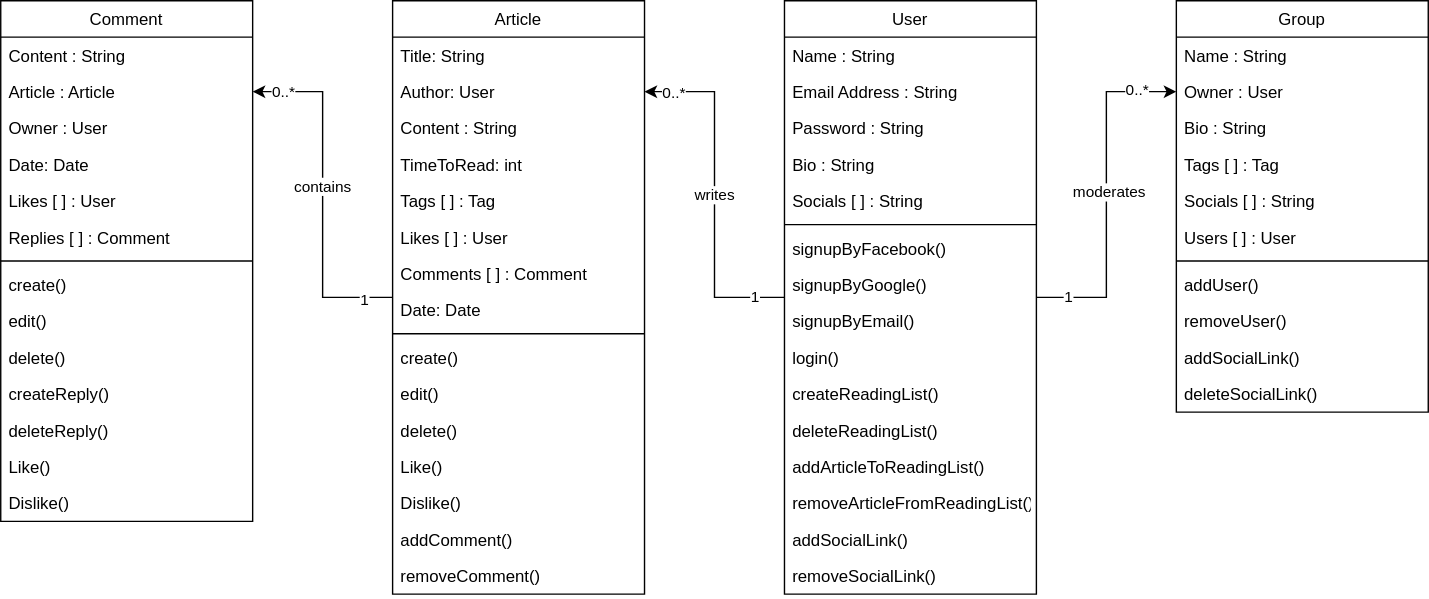
This is Class Diagram.svg from AhmadTripleA/MediumDotCom-Clone, a draw.io export, as it was before one commit. Source tidied: cells renumbered, new cells last; positions are measured from the earlier drawing's top-left corner, leaving out a move shared by most shapes.
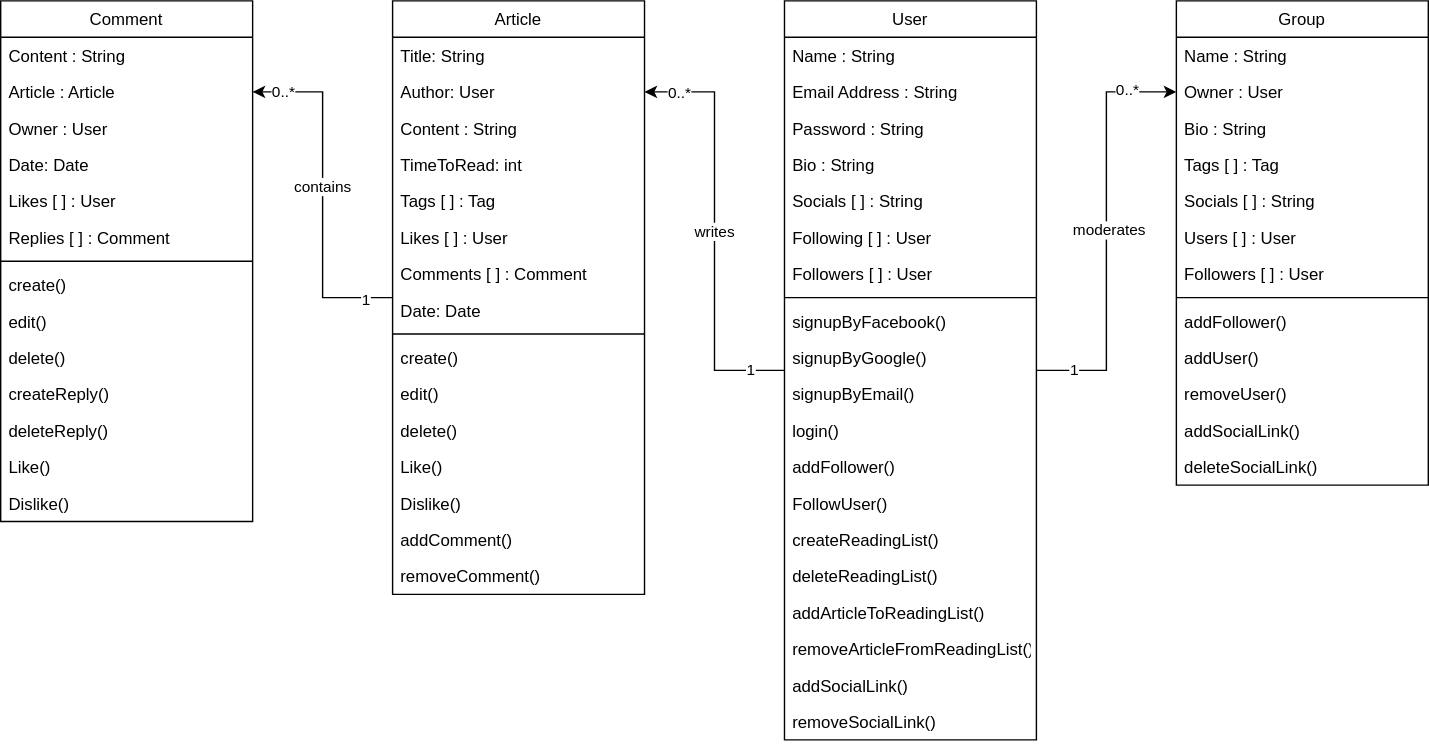
The same file after the commit.

Change to the diagram source:
```diff
@@ -35,7 +35,7 @@
       <mxGeometry relative="1" as="geometry" />
     </mxCell>
     <mxCell id="10" value="User" style="swimlane;fontStyle=0;align=center;verticalAlign=top;horizontal=1;startSize=26;rounded=0;shadow=0;strokeWidth=1;" parent="1" vertex="1">
-      <mxGeometry x="560" width="180" height="424" as="geometry" />
+      <mxGeometry x="560" width="180" height="528" as="geometry" />
     </mxCell>
     <mxCell id="11" value="Name : String" style="text;align=left;verticalAlign=top;spacingLeft=4;spacingRight=4;overflow=hidden;" parent="10" vertex="1">
       <mxGeometry y="26" width="180" height="26" as="geometry" />
@@ -52,41 +52,53 @@
     <mxCell id="15" value="Socials [ ] : String" style="text;align=left;verticalAlign=top;spacingLeft=4;spacingRight=4;overflow=hidden;rounded=0;shadow=0;html=0;" parent="10" vertex="1">
       <mxGeometry y="130" width="180" height="26" as="geometry" />
     </mxCell>
+    <mxCell id="75" value="Following [ ] : User" style="text;align=left;verticalAlign=top;spacingLeft=4;spacingRight=4;overflow=hidden;rounded=0;shadow=0;html=0;" parent="10" vertex="1">
+      <mxGeometry y="156" width="180" height="26" as="geometry" />
+    </mxCell>
+    <mxCell id="76" value="Followers [ ] : User" style="text;align=left;verticalAlign=top;spacingLeft=4;spacingRight=4;overflow=hidden;rounded=0;shadow=0;html=0;" parent="10" vertex="1">
+      <mxGeometry y="182" width="180" height="26" as="geometry" />
+    </mxCell>
     <mxCell id="16" style="line;html=1;strokeWidth=1;align=left;verticalAlign=middle;spacingTop=-1;spacingLeft=3;spacingRight=3;labelPosition=right;" parent="10" vertex="1">
-      <mxGeometry y="156" width="180" height="8" as="geometry" />
+      <mxGeometry y="208" width="180" height="8" as="geometry" />
     </mxCell>
     <mxCell id="17" value="signupByFacebook()" style="text;align=left;verticalAlign=top;spacingLeft=4;spacingRight=4;overflow=hidden;" parent="10" vertex="1">
-      <mxGeometry y="164" width="180" height="26" as="geometry" />
+      <mxGeometry y="216" width="180" height="26" as="geometry" />
     </mxCell>
     <mxCell id="18" value="signupByGoogle()" style="text;align=left;verticalAlign=top;spacingLeft=4;spacingRight=4;overflow=hidden;" parent="10" vertex="1">
-      <mxGeometry y="190" width="180" height="26" as="geometry" />
+      <mxGeometry y="242" width="180" height="26" as="geometry" />
     </mxCell>
     <mxCell id="19" value="signupByEmail()" style="text;align=left;verticalAlign=top;spacingLeft=4;spacingRight=4;overflow=hidden;" parent="10" vertex="1">
-      <mxGeometry y="216" width="180" height="26" as="geometry" />
+      <mxGeometry y="268" width="180" height="26" as="geometry" />
     </mxCell>
     <mxCell id="20" value="login()" style="text;align=left;verticalAlign=top;spacingLeft=4;spacingRight=4;overflow=hidden;" parent="10" vertex="1">
-      <mxGeometry y="242" width="180" height="26" as="geometry" />
+      <mxGeometry y="294" width="180" height="26" as="geometry" />
     </mxCell>
+    <mxCell id="77" value="addFollower()" style="text;align=left;verticalAlign=top;spacingLeft=4;spacingRight=4;overflow=hidden;" parent="10" vertex="1">
+      <mxGeometry y="320" width="180" height="26" as="geometry" />
+    </mxCell>
+    <mxCell id="78" value="FollowUser()" style="text;align=left;verticalAlign=top;spacingLeft=4;spacingRight=4;overflow=hidden;" parent="10" vertex="1">
+      <mxGeometry y="346" width="180" height="26" as="geometry" />
+    </mxCell>
     <mxCell id="21" value="createReadingList()" style="text;align=left;verticalAlign=top;spacingLeft=4;spacingRight=4;overflow=hidden;" parent="10" vertex="1">
-      <mxGeometry y="268" width="180" height="26" as="geometry" />
+      <mxGeometry y="372" width="180" height="26" as="geometry" />
     </mxCell>
     <mxCell id="22" value="deleteReadingList()" style="text;align=left;verticalAlign=top;spacingLeft=4;spacingRight=4;overflow=hidden;" parent="10" vertex="1">
-      <mxGeometry y="294" width="180" height="26" as="geometry" />
+      <mxGeometry y="398" width="180" height="26" as="geometry" />
     </mxCell>
     <mxCell id="23" value="addArticleToReadingList()" style="text;align=left;verticalAlign=top;spacingLeft=4;spacingRight=4;overflow=hidden;" parent="10" vertex="1">
-      <mxGeometry y="320" width="180" height="26" as="geometry" />
+      <mxGeometry y="424" width="180" height="26" as="geometry" />
     </mxCell>
     <mxCell id="24" value="removeArticleFromReadingList()" style="text;align=left;verticalAlign=top;spacingLeft=4;spacingRight=4;overflow=hidden;" parent="10" vertex="1">
-      <mxGeometry y="346" width="180" height="26" as="geometry" />
+      <mxGeometry y="450" width="180" height="26" as="geometry" />
     </mxCell>
     <mxCell id="25" value="addSocialLink()" style="text;align=left;verticalAlign=top;spacingLeft=4;spacingRight=4;overflow=hidden;" parent="10" vertex="1">
-      <mxGeometry y="372" width="180" height="26" as="geometry" />
+      <mxGeometry y="476" width="180" height="26" as="geometry" />
     </mxCell>
     <mxCell id="26" value="removeSocialLink()" style="text;align=left;verticalAlign=top;spacingLeft=4;spacingRight=4;overflow=hidden;" parent="10" vertex="1">
-      <mxGeometry y="398" width="180" height="26" as="geometry" />
+      <mxGeometry y="502" width="180" height="26" as="geometry" />
     </mxCell>
     <mxCell id="27" value="Group" style="swimlane;fontStyle=0;align=center;verticalAlign=top;horizontal=1;startSize=26;rounded=0;shadow=0;strokeWidth=1;" parent="1" vertex="1">
-      <mxGeometry x="840" width="180" height="294" as="geometry" />
+      <mxGeometry x="840" width="180" height="346" as="geometry" />
     </mxCell>
     <mxCell id="28" value="Name : String" style="text;align=left;verticalAlign=top;spacingLeft=4;spacingRight=4;overflow=hidden;" parent="27" vertex="1">
       <mxGeometry y="26" width="180" height="26" as="geometry" />
@@ -106,20 +118,26 @@
     <mxCell id="33" value="Users [ ] : User" style="text;align=left;verticalAlign=top;spacingLeft=4;spacingRight=4;overflow=hidden;rounded=0;shadow=0;html=0;" parent="27" vertex="1">
       <mxGeometry y="156" width="180" height="26" as="geometry" />
     </mxCell>
+    <mxCell id="79" value="Followers [ ] : User" style="text;align=left;verticalAlign=top;spacingLeft=4;spacingRight=4;overflow=hidden;rounded=0;shadow=0;html=0;" parent="27" vertex="1">
+      <mxGeometry y="182" width="180" height="26" as="geometry" />
+    </mxCell>
     <mxCell id="34" style="line;html=1;strokeWidth=1;align=left;verticalAlign=middle;spacingTop=-1;spacingLeft=3;spacingRight=3;labelPosition=right;" parent="27" vertex="1">
-      <mxGeometry y="182" width="180" height="8" as="geometry" />
+      <mxGeometry y="208" width="180" height="8" as="geometry" />
     </mxCell>
+    <mxCell id="80" value="addFollower()" style="text;align=left;verticalAlign=top;spacingLeft=4;spacingRight=4;overflow=hidden;" parent="27" vertex="1">
+      <mxGeometry y="216" width="180" height="26" as="geometry" />
+    </mxCell>
     <mxCell id="35" value="addUser()" style="text;align=left;verticalAlign=top;spacingLeft=4;spacingRight=4;overflow=hidden;" parent="27" vertex="1">
-      <mxGeometry y="190" width="180" height="26" as="geometry" />
+      <mxGeometry y="242" width="180" height="26" as="geometry" />
     </mxCell>
     <mxCell id="36" value="removeUser()" style="text;align=left;verticalAlign=top;spacingLeft=4;spacingRight=4;overflow=hidden;" parent="27" vertex="1">
-      <mxGeometry y="216" width="180" height="26" as="geometry" />
+      <mxGeometry y="268" width="180" height="26" as="geometry" />
     </mxCell>
     <mxCell id="37" value="addSocialLink()" style="text;align=left;verticalAlign=top;spacingLeft=4;spacingRight=4;overflow=hidden;" parent="27" vertex="1">
-      <mxGeometry y="242" width="180" height="26" as="geometry" />
+      <mxGeometry y="294" width="180" height="26" as="geometry" />
     </mxCell>
     <mxCell id="38" value="deleteSocialLink()" style="text;align=left;verticalAlign=top;spacingLeft=4;spacingRight=4;overflow=hidden;" parent="27" vertex="1">
-      <mxGeometry y="268" width="180" height="26" as="geometry" />
+      <mxGeometry y="320" width="180" height="26" as="geometry" />
     </mxCell>
     <mxCell id="39" style="edgeStyle=orthogonalEdgeStyle;rounded=0;jettySize=auto;html=1;" parent="1" edge="1" source="43" target="62">
       <mxGeometry relative="1" as="geometry" />
```
